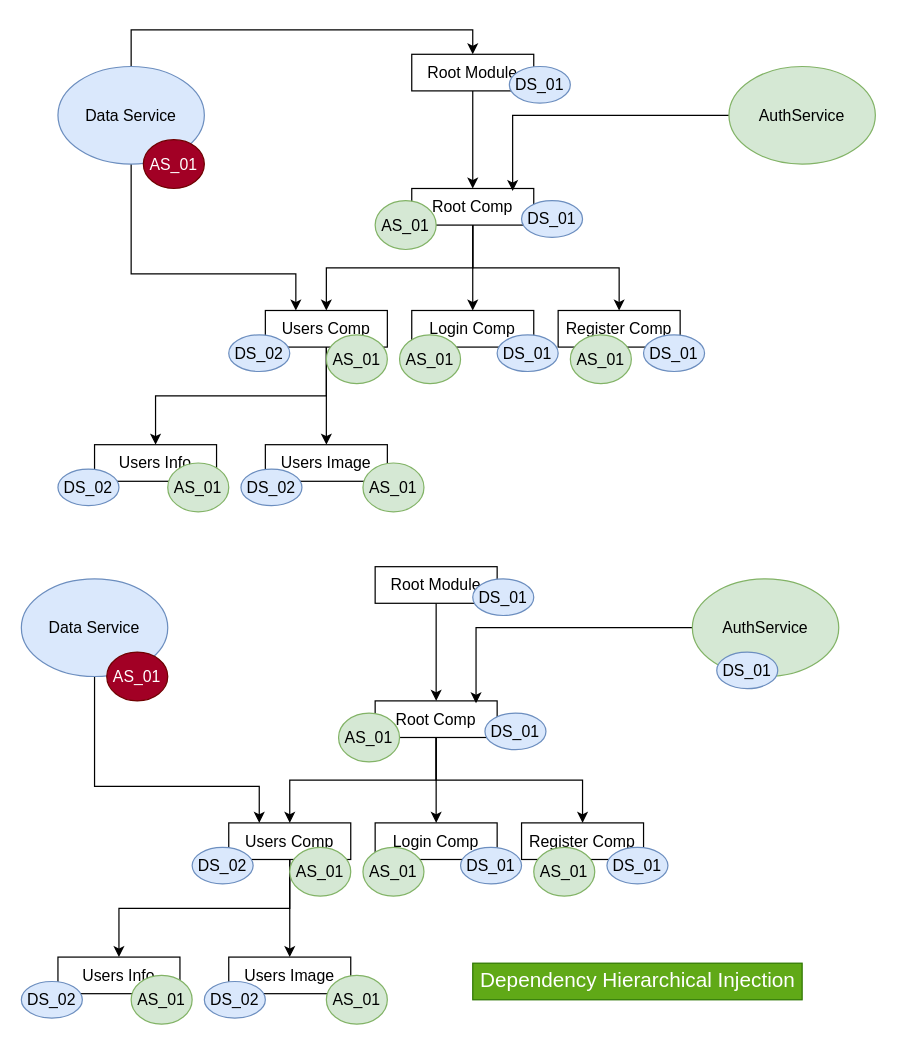
Earlier version of the draw.io diagram page "Page-13" (13 of 16) of full-diagrams.drawio (synergy2411/citiustech-sept21). Source tidied: cells renumbered, new cells numbered last; positions are measured from the earlier drawing's top-left corner, leaving out a move shared by most shapes. Both pictures are drawn from the tidied source at 122%, with x=0, y=0 at pixel (21, 54).
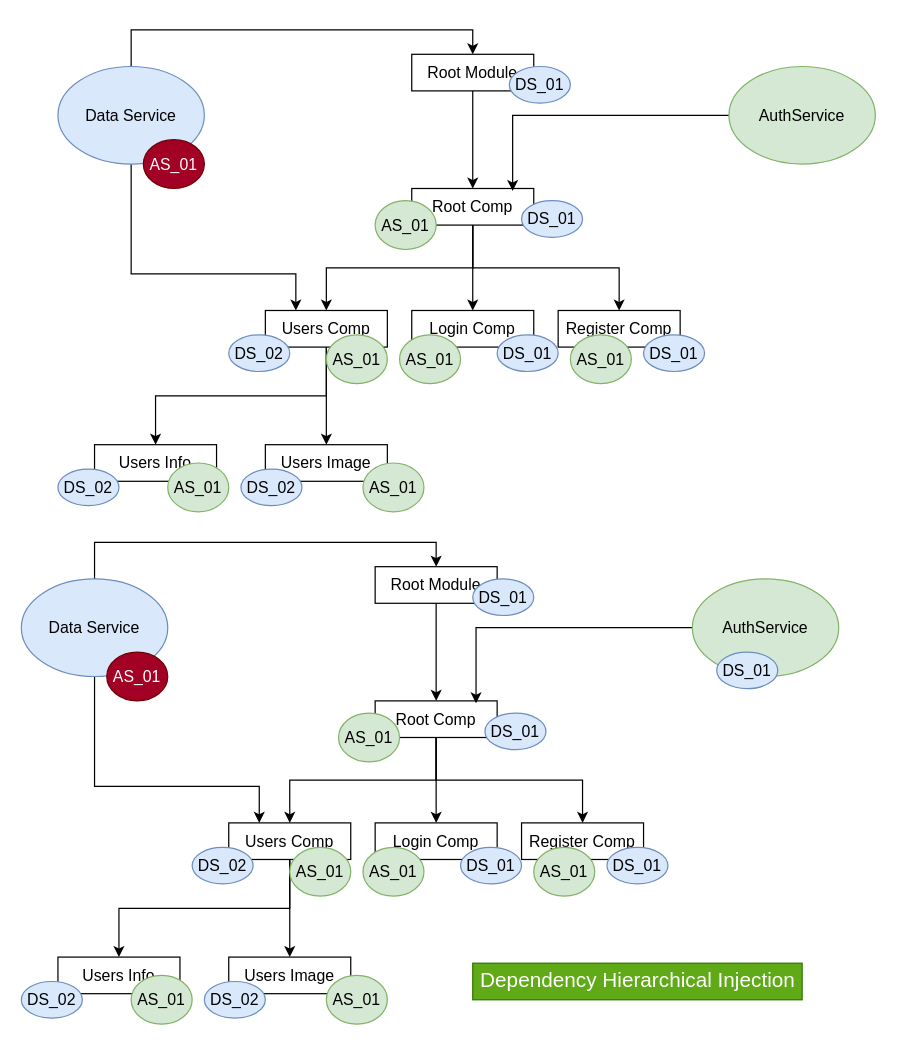
After the change.

Commit message (it also covers changes not shown here):
ref material updated

Unchanged cells that the change refers to:
```xml
<mxCell id="35" value="Root Module" style="rounded=0;whiteSpace=wrap;html=1;fontSize=13;" parent="1" vertex="1">
  <mxGeometry x="290" y="420" width="100" height="30" as="geometry" />
</mxCell>
<mxCell id="48" value="Data Service" style="ellipse;whiteSpace=wrap;html=1;fontSize=13;fillColor=#dae8fc;strokeColor=#6c8ebf;" parent="1" vertex="1">
  <mxGeometry y="430" width="120" height="80" as="geometry" />
</mxCell>
```

Diff of the diagram source:
```diff
@@
+    <mxCell id="67" style="edgeStyle=orthogonalEdgeStyle;rounded=0;jettySize=auto;html=1;exitX=0.5;exitY=0;exitDx=0;exitDy=0;entryX=0.5;entryY=0;entryDx=0;entryDy=0;fontSize=17;" parent="1" edge="1" source="48" target="35">
+      <mxGeometry relative="1" as="geometry" />
+    </mxCell>
```
